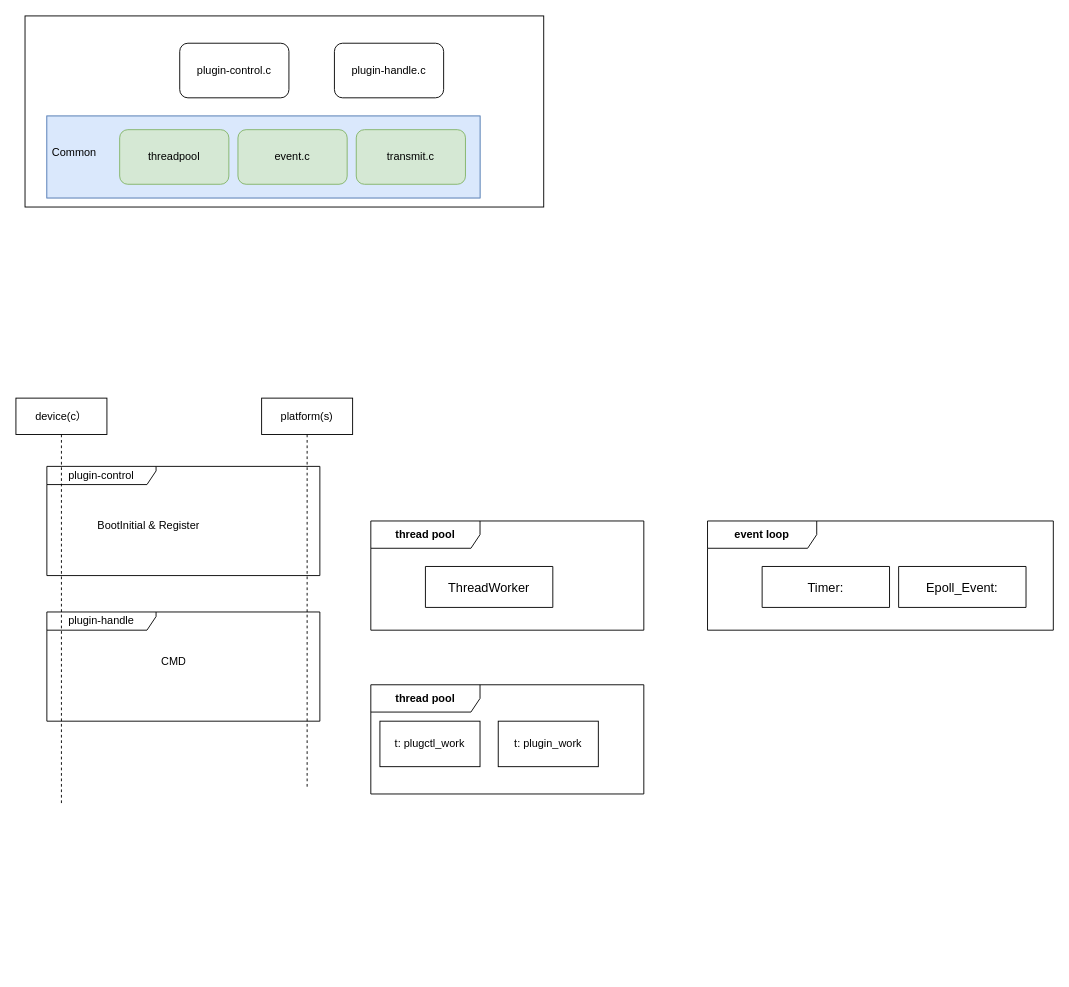
Above: gw-mtk/mobile_manager.drawio in waterwatermelon/graph (draw.io), before the change. Source tidied: cells renumbered, new cells numbered last; positions are measured from the earlier drawing's top-left corner, leaving out a move shared by most shapes. Both pictures are drawn from the tidied source at 91%, with x=0, y=0 at pixel (15, 15).
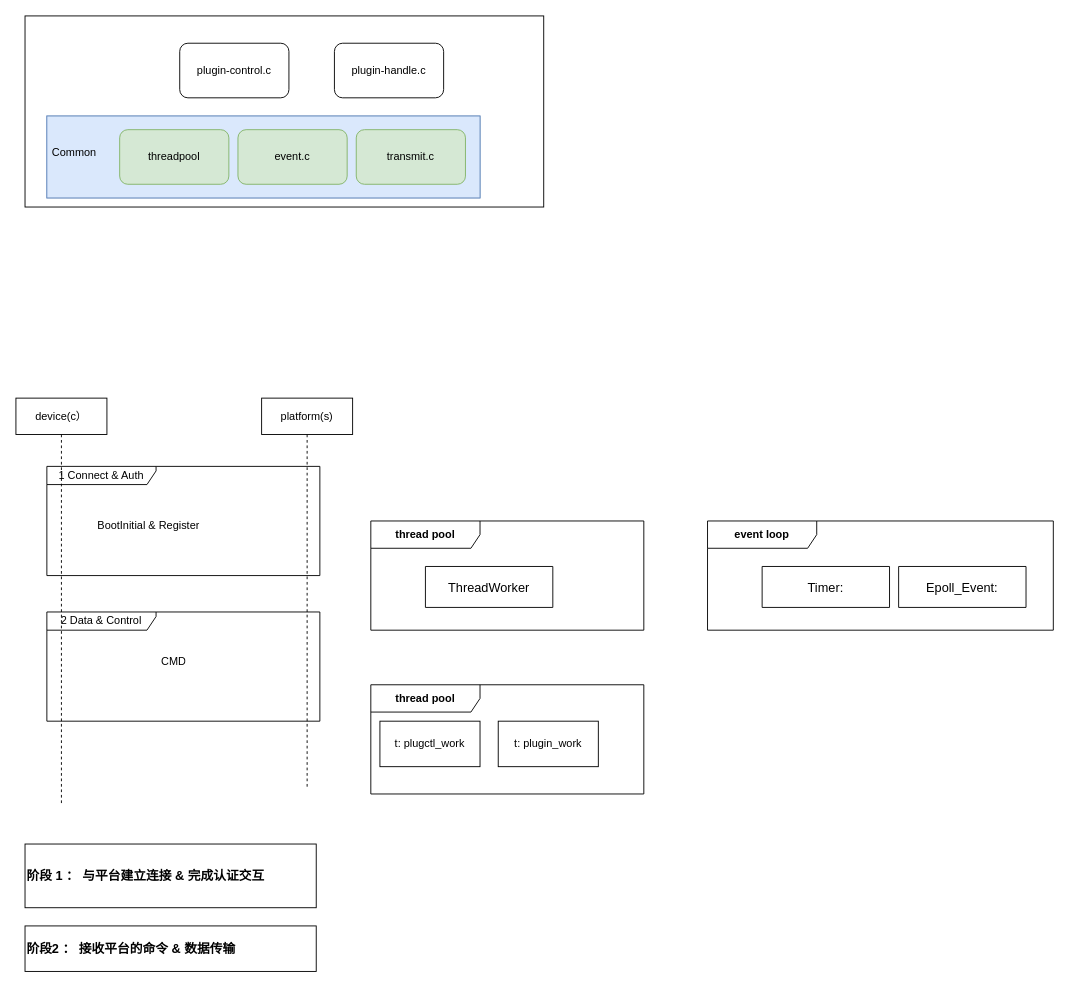
After the change.

The change refers to these unchanged cells:
```xml
<mxCell id="2" style="group;" parent="1" vertex="1">
  <mxGeometry x="34" y="655" width="300" height="120" as="geometry" />
</mxCell>
<mxCell id="5" style="group;" parent="1" vertex="1">
  <mxGeometry x="34" y="495" width="300" height="120" as="geometry" />
</mxCell>
```

Diff of the diagram source:
```diff
@@
-    <mxCell id="4" value="plugin-handle" style="shape=umlFrame;whiteSpace=wrap;html=1;width=120;height=20;" parent="2" vertex="1">
+    <mxCell id="4" value="2 Data &amp;amp; Control" style="shape=umlFrame;whiteSpace=wrap;html=1;width=120;height=20;" parent="2" vertex="1">
       <mxGeometry width="300" height="120" as="geometry" />
     </mxCell>
@@
-    <mxCell id="6" value="plugin-control" style="shape=umlFrame;whiteSpace=wrap;html=1;width=120;height=20;" parent="5" vertex="1">
+    <mxCell id="6" value="1 Connect &amp;amp; Auth" style="shape=umlFrame;whiteSpace=wrap;html=1;width=120;height=20;" parent="5" vertex="1">
       <mxGeometry width="300" height="120" as="geometry" />
     </mxCell>
@@
+    <mxCell id="27" value="&lt;b&gt;&lt;font style=&quot;font-size: 14px;&quot;&gt;阶段 1 ： 与平台建立连接 &amp;amp; 完成认证交互&lt;/font&gt;&lt;/b&gt;" style="text;html=1;align=left;verticalAlign=middle;whiteSpace=wrap;rounded=0;strokeColor=default;" parent="1" vertex="1">
+      <mxGeometry x="10" y="910" width="320" height="70" as="geometry" />
+    </mxCell>
+    <mxCell id="28" value="&lt;b&gt;&lt;font style=&quot;font-size: 14px;&quot;&gt;阶段2 ： 接收平台的命令 &amp;amp; 数据传输&lt;/font&gt;&lt;/b&gt;" style="text;html=1;strokeColor=default;fillColor=none;align=left;verticalAlign=middle;whiteSpace=wrap;rounded=0;" parent="1" vertex="1">
+      <mxGeometry x="10" y="1000" width="320" height="50" as="geometry" />
+    </mxCell>
```
